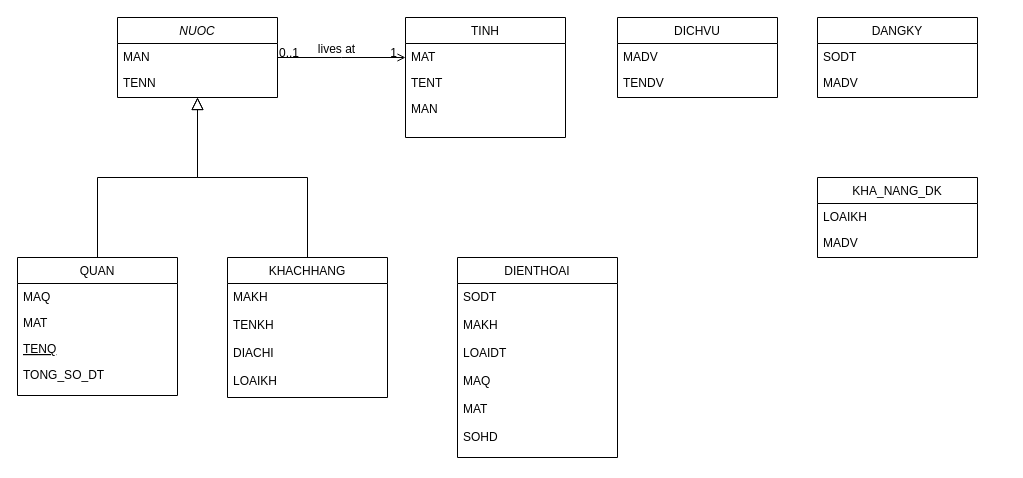
The draw.io diagram Biểu đồ không có tiêu đề.drawio in DucTri1611/reactjs_doan, before the edit. Source tidied: cells renumbered, new cells numbered last; positions are measured from the earlier drawing's top-left corner, leaving out a move shared by most shapes. Both pictures are drawn from the tidied source at 100%, with x=0, y=0 at pixel (17, 17).
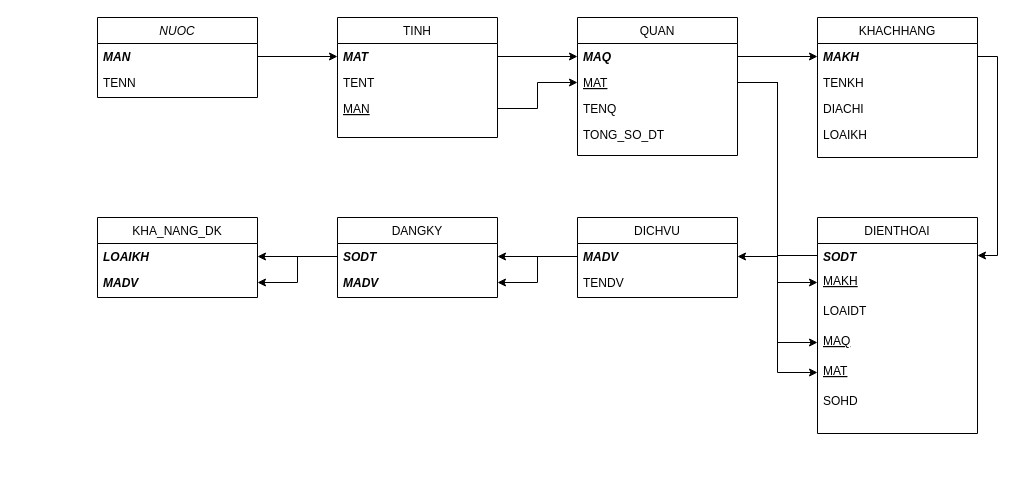
After the change.

Change to the diagram source:
```diff
@@
     <mxCell id="2" value="NUOC" style="swimlane;fontStyle=2;align=center;verticalAlign=top;horizontal=1;startSize=26;rounded=0;shadow=0;strokeWidth=1;" parent="1" vertex="1">
-      <mxGeometry x="100" width="160" height="80" as="geometry" />
+      <mxGeometry x="80" width="160" height="80" as="geometry" />
     </mxCell>
-    <mxCell id="3" value="MAN" style="text;align=left;verticalAlign=top;spacingLeft=4;spacingRight=4;overflow=hidden;points=[[0,0.5],[1,0.5]];portConstraint=eastwest;" parent="2" vertex="1">
+    <mxCell id="3" value="MAN" style="text;align=left;verticalAlign=top;spacingLeft=4;spacingRight=4;overflow=hidden;points=[[0,0.5],[1,0.5]];portConstraint=eastwest;rounded=0;noLabel=0;fontStyle=3;" parent="2" vertex="1">
       <mxGeometry y="26" width="160" height="26" as="geometry" />
     </mxCell>
@@
     <mxCell id="5" value="QUAN" style="swimlane;fontStyle=0;align=center;verticalAlign=top;horizontal=1;startSize=26;rounded=0;shadow=0;strokeWidth=1;" parent="1" vertex="1">
-      <mxGeometry y="240" width="160" height="138" as="geometry" />
+      <mxGeometry x="560" width="160" height="138" as="geometry" />
     </mxCell>
-    <mxCell id="6" value="MAQ" style="text;align=left;verticalAlign=top;spacingLeft=4;spacingRight=4;overflow=hidden;points=[[0,0.5],[1,0.5]];portConstraint=eastwest;" parent="5" vertex="1">
+    <mxCell id="6" value="MAQ" style="text;align=left;verticalAlign=top;spacingLeft=4;spacingRight=4;overflow=hidden;points=[[0,0.5],[1,0.5]];portConstraint=eastwest;fontStyle=3;" parent="5" vertex="1">
       <mxGeometry y="26" width="160" height="26" as="geometry" />
     </mxCell>
-    <mxCell id="7" value="MAT" style="text;align=left;verticalAlign=top;spacingLeft=4;spacingRight=4;overflow=hidden;points=[[0,0.5],[1,0.5]];portConstraint=eastwest;rounded=0;shadow=0;html=0;" parent="5" vertex="1">
+    <mxCell id="7" value="MAT" style="text;align=left;verticalAlign=top;spacingLeft=4;spacingRight=4;overflow=hidden;points=[[0,0.5],[1,0.5]];portConstraint=eastwest;rounded=0;shadow=0;html=0;fontStyle=4;" parent="5" vertex="1">
       <mxGeometry y="52" width="160" height="26" as="geometry" />
     </mxCell>
-    <mxCell id="8" value="TENQ" style="text;align=left;verticalAlign=top;spacingLeft=4;spacingRight=4;overflow=hidden;fontStyle=4;" parent="5" vertex="1">
+    <mxCell id="8" value="TENQ" style="text;align=left;verticalAlign=top;spacingLeft=4;spacingRight=4;overflow=hidden;fontStyle=0;" parent="5" vertex="1">
       <mxGeometry y="78" width="160" height="26" as="geometry" />
     </mxCell>
@@
-    <mxCell id="10" style="endArrow=block;endSize=10;endFill=0;shadow=0;strokeWidth=1;rounded=0;curved=0;edgeStyle=elbowEdgeStyle;elbow=vertical;" parent="1" edge="1" source="5" target="2">
-      <mxGeometry relative="1" as="geometry" />
-    </mxCell>
-    <mxCell id="11" value="KHACHHANG" style="swimlane;fontStyle=0;align=center;verticalAlign=top;horizontal=1;startSize=26;rounded=0;shadow=0;strokeWidth=1;" parent="1" vertex="1">
-      <mxGeometry x="210" y="240" width="160" height="140" as="geometry" />
-    </mxCell>
-    <mxCell id="12" value="MAKH&#10;&#10;TENKH&#10;&#10;DIACHI&#10;&#10;LOAIKH" style="text;align=left;verticalAlign=top;spacingLeft=4;spacingRight=4;overflow=hidden;" parent="11" vertex="1">
-      <mxGeometry y="26" width="160" height="114" as="geometry" />
-    </mxCell>
-    <mxCell id="13" style="endArrow=block;endSize=10;endFill=0;shadow=0;strokeWidth=1;rounded=0;curved=0;edgeStyle=elbowEdgeStyle;elbow=vertical;" parent="1" edge="1" source="11" target="2">
-      <mxGeometry relative="1" as="geometry" />
-    </mxCell>
     <mxCell id="14" value="TINH" style="swimlane;fontStyle=0;align=center;verticalAlign=top;horizontal=1;startSize=26;rounded=0;shadow=0;strokeWidth=1;" parent="1" vertex="1">
-      <mxGeometry x="388" width="160" height="120" as="geometry" />
+      <mxGeometry x="320" width="160" height="120" as="geometry" />
     </mxCell>
-    <mxCell id="15" value="MAT" style="text;align=left;verticalAlign=top;spacingLeft=4;spacingRight=4;overflow=hidden;points=[[0,0.5],[1,0.5]];portConstraint=eastwest;" parent="14" vertex="1">
+    <mxCell id="15" value="MAT" style="text;align=left;verticalAlign=top;spacingLeft=4;spacingRight=4;overflow=hidden;points=[[0,0.5],[1,0.5]];portConstraint=eastwest;fontStyle=3;" parent="14" vertex="1">
       <mxGeometry y="26" width="160" height="26" as="geometry" />
     </mxCell>
@@
-    <mxCell id="17" value="MAN" style="text;align=left;verticalAlign=top;spacingLeft=4;spacingRight=4;overflow=hidden;points=[[0,0.5],[1,0.5]];portConstraint=eastwest;rounded=0;shadow=0;html=0;" parent="14" vertex="1">
+    <mxCell id="17" value="MAN" style="text;align=left;verticalAlign=top;spacingLeft=4;spacingRight=4;overflow=hidden;points=[[0,0.5],[1,0.5]];portConstraint=eastwest;rounded=0;shadow=0;html=0;fontStyle=4;" parent="14" vertex="1">
       <mxGeometry y="78" width="160" height="26" as="geometry" />
     </mxCell>
-    <mxCell id="18" style="endArrow=open;shadow=0;strokeWidth=1;rounded=0;curved=0;endFill=1;edgeStyle=elbowEdgeStyle;elbow=vertical;" parent="1" edge="1" source="2" target="14">
-      <mxGeometry x="0.5" y="41" relative="1" as="geometry">
-        <mxPoint x="-40" y="32" as="offset" />
-      </mxGeometry>
-    </mxCell>
-    <mxCell id="19" value="0..1" style="align=left;verticalAlign=bottom;labelBackgroundColor=none;fontSize=12;" parent="18" vertex="1">
-      <mxGeometry x="-1" relative="1" as="geometry">
-        <mxPoint y="4" as="offset" />
-      </mxGeometry>
-    </mxCell>
-    <mxCell id="20" value="1" style="align=right;verticalAlign=bottom;labelBackgroundColor=none;fontSize=12;" parent="18" vertex="1">
-      <mxGeometry x="1" relative="1" as="geometry">
-        <mxPoint x="-7" y="4" as="offset" />
-      </mxGeometry>
-    </mxCell>
-    <mxCell id="21" value="lives at" style="text;html=1;align=center;verticalAlign=middle;labelBackgroundColor=none;rounded=0;shadow=0;strokeWidth=1;fontSize=12;" parent="18" vertex="1">
-      <mxGeometry x="0.5" y="49" relative="1" as="geometry">
-        <mxPoint x="-38" y="40" as="offset" />
-      </mxGeometry>
-    </mxCell>
     <mxCell id="22" value="DIENTHOAI" style="swimlane;fontStyle=0;align=center;verticalAlign=top;horizontal=1;startSize=26;rounded=0;shadow=0;strokeWidth=1;" parent="1" vertex="1">
-      <mxGeometry x="440" y="240" width="160" height="200" as="geometry" />
+      <mxGeometry x="800" y="200" width="160" height="216" as="geometry" />
     </mxCell>
-    <mxCell id="23" value="SODT&#10;&#10;MAKH&#10;&#10;LOAIDT&#10;&#10;MAQ&#10;&#10;MAT&#10;&#10;SOHD" style="text;align=left;verticalAlign=top;spacingLeft=4;spacingRight=4;overflow=hidden;points=[[0,0.5],[1,0.5]];portConstraint=eastwest;" parent="22" vertex="1">
-      <mxGeometry y="26" width="160" height="174" as="geometry" />
+    <mxCell id="23" value="SODT&#10;" style="text;align=left;verticalAlign=top;spacingLeft=4;spacingRight=4;overflow=hidden;points=[[0,0.5],[1,0.5]];portConstraint=eastwest;fontStyle=3;" parent="22" vertex="1">
+      <mxGeometry y="26" width="160" height="24" as="geometry" />
     </mxCell>
+    <mxCell id="33" value="MAKH" style="text;align=left;verticalAlign=top;spacingLeft=4;spacingRight=4;overflow=hidden;points=[[0,0.5],[1,0.5]];portConstraint=eastwest;fontStyle=4;" parent="22" vertex="1">
+      <mxGeometry y="50" width="160" height="30" as="geometry" />
+    </mxCell>
+    <mxCell id="34" value="LOAIDT" style="text;align=left;verticalAlign=top;spacingLeft=4;spacingRight=4;overflow=hidden;" parent="22" vertex="1">
+      <mxGeometry y="80" width="160" height="30" as="geometry" />
+    </mxCell>
+    <mxCell id="35" value="MAQ" style="text;align=left;verticalAlign=top;spacingLeft=4;spacingRight=4;overflow=hidden;points=[[0,0.5],[1,0.5]];portConstraint=eastwest;fontStyle=4;" parent="22" vertex="1">
+      <mxGeometry y="110" width="160" height="30" as="geometry" />
+    </mxCell>
+    <mxCell id="36" value="MAT" style="text;align=left;verticalAlign=top;spacingLeft=4;spacingRight=4;overflow=hidden;points=[[0,0.5],[1,0.5]];portConstraint=eastwest;fontStyle=4;" parent="22" vertex="1">
+      <mxGeometry y="140" width="160" height="30" as="geometry" />
+    </mxCell>
+    <mxCell id="37" value="SOHD" style="text;align=left;verticalAlign=top;spacingLeft=4;spacingRight=4;overflow=hidden;whiteSpace=wrap;" parent="22" vertex="1">
+      <mxGeometry y="170" width="160" height="38" as="geometry" />
+    </mxCell>
     <mxCell id="24" value="DICHVU" style="swimlane;fontStyle=0;align=center;verticalAlign=top;horizontal=1;startSize=26;rounded=0;shadow=0;strokeWidth=1;" parent="1" vertex="1">
-      <mxGeometry x="600" width="160" height="80" as="geometry" />
+      <mxGeometry x="560" y="200" width="160" height="80" as="geometry" />
     </mxCell>
-    <mxCell id="25" value="MADV" style="text;align=left;verticalAlign=top;spacingLeft=4;spacingRight=4;overflow=hidden;points=[[0,0.5],[1,0.5]];portConstraint=eastwest;" parent="24" vertex="1">
+    <mxCell id="25" value="MADV" style="text;align=left;verticalAlign=top;spacingLeft=4;spacingRight=4;overflow=hidden;points=[[0,0.5],[1,0.5]];portConstraint=eastwest;fontStyle=3;" parent="24" vertex="1">
       <mxGeometry y="26" width="160" height="26" as="geometry" />
     </mxCell>
@@
     <mxCell id="27" value="DANGKY" style="swimlane;fontStyle=0;align=center;verticalAlign=top;horizontal=1;startSize=26;rounded=0;shadow=0;strokeWidth=1;" parent="1" vertex="1">
-      <mxGeometry x="800" width="160" height="80" as="geometry" />
+      <mxGeometry x="320" y="200" width="160" height="80" as="geometry" />
     </mxCell>
-    <mxCell id="28" value="SODT" style="text;align=left;verticalAlign=top;spacingLeft=4;spacingRight=4;overflow=hidden;points=[[0,0.5],[1,0.5]];portConstraint=eastwest;" parent="27" vertex="1">
+    <mxCell id="28" value="SODT" style="text;align=left;verticalAlign=top;spacingLeft=4;spacingRight=4;overflow=hidden;points=[[0,0.5],[1,0.5]];portConstraint=eastwest;fontStyle=3;" parent="27" vertex="1">
       <mxGeometry y="26" width="160" height="26" as="geometry" />
     </mxCell>
-    <mxCell id="29" value="MADV" style="text;align=left;verticalAlign=top;spacingLeft=4;spacingRight=4;overflow=hidden;points=[[0,0.5],[1,0.5]];portConstraint=eastwest;rounded=0;shadow=0;html=0;" parent="27" vertex="1">
+    <mxCell id="29" value="MADV" style="text;align=left;verticalAlign=top;spacingLeft=4;spacingRight=4;overflow=hidden;points=[[0,0.5],[1,0.5]];portConstraint=eastwest;rounded=0;shadow=0;html=0;fontStyle=3;" parent="27" vertex="1">
       <mxGeometry y="52" width="160" height="26" as="geometry" />
     </mxCell>
     <mxCell id="30" value="KHA_NANG_DK" style="swimlane;fontStyle=0;align=center;verticalAlign=top;horizontal=1;startSize=26;rounded=0;shadow=0;strokeWidth=1;" parent="1" vertex="1">
-      <mxGeometry x="800" y="160" width="160" height="80" as="geometry" />
+      <mxGeometry x="80" y="200" width="160" height="80" as="geometry" />
     </mxCell>
-    <mxCell id="31" value="LOAIKH" style="text;align=left;verticalAlign=top;spacingLeft=4;spacingRight=4;overflow=hidden;points=[[0,0.5],[1,0.5]];portConstraint=eastwest;" parent="30" vertex="1">
+    <mxCell id="31" value="LOAIKH" style="text;align=left;verticalAlign=top;spacingLeft=4;spacingRight=4;overflow=hidden;points=[[0,0.5],[1,0.5]];portConstraint=eastwest;fontStyle=3;" parent="30" vertex="1">
       <mxGeometry y="26" width="160" height="26" as="geometry" />
     </mxCell>
-    <mxCell id="32" value="MADV" style="text;align=left;verticalAlign=top;spacingLeft=4;spacingRight=4;overflow=hidden;points=[[0,0.5],[1,0.5]];portConstraint=eastwest;rounded=0;shadow=0;html=0;" parent="30" vertex="1">
+    <mxCell id="32" value="MADV" style="text;align=left;verticalAlign=top;spacingLeft=4;spacingRight=4;overflow=hidden;points=[[0,0.5],[1,0.5]];portConstraint=eastwest;rounded=0;shadow=0;html=0;fontStyle=3;" parent="30" vertex="1">
       <mxGeometry y="52" width="160" height="26" as="geometry" />
     </mxCell>
+    <mxCell id="11" value="KHACHHANG" style="swimlane;fontStyle=0;align=center;verticalAlign=top;horizontal=1;startSize=26;rounded=0;shadow=0;strokeWidth=1;" parent="1" vertex="1">
+      <mxGeometry x="800" width="160" height="140" as="geometry" />
+    </mxCell>
+    <mxCell id="38" value="MAKH" style="text;align=left;verticalAlign=top;spacingLeft=4;spacingRight=4;overflow=hidden;points=[[0,0.5],[1,0.5]];portConstraint=eastwest;fontStyle=3;" parent="11" vertex="1">
+      <mxGeometry y="26" width="160" height="26" as="geometry" />
+    </mxCell>
+    <mxCell id="39" value="TENKH" style="text;align=left;verticalAlign=top;spacingLeft=4;spacingRight=4;overflow=hidden;rounded=0;shadow=0;html=0;" parent="11" vertex="1">
+      <mxGeometry y="52" width="160" height="26" as="geometry" />
+    </mxCell>
+    <mxCell id="40" value="DIACHI" style="text;align=left;verticalAlign=top;spacingLeft=4;spacingRight=4;overflow=hidden;rounded=0;shadow=0;html=0;fontStyle=0;" parent="11" vertex="1">
+      <mxGeometry y="78" width="160" height="26" as="geometry" />
+    </mxCell>
+    <mxCell id="41" value="LOAIKH" style="text;align=left;verticalAlign=top;spacingLeft=4;spacingRight=4;overflow=hidden;rounded=0;shadow=0;html=0;fontStyle=0;" parent="11" vertex="1">
+      <mxGeometry y="104" width="160" height="26" as="geometry" />
+    </mxCell>
+    <mxCell id="42" style="edgeStyle=orthogonalEdgeStyle;rounded=0;jettySize=auto;html=1;exitX=1;exitY=0.5;exitDx=0;exitDy=0;entryX=0;entryY=0.5;entryDx=0;entryDy=0;" parent="1" edge="1" source="3" target="15">
+      <mxGeometry relative="1" as="geometry" />
+    </mxCell>
+    <mxCell id="43" style="edgeStyle=orthogonalEdgeStyle;rounded=0;jettySize=auto;html=1;exitX=1;exitY=0.5;exitDx=0;exitDy=0;entryX=0;entryY=0.5;entryDx=0;entryDy=0;" parent="1" edge="1" source="15" target="6">
+      <mxGeometry relative="1" as="geometry" />
+    </mxCell>
+    <mxCell id="44" style="edgeStyle=orthogonalEdgeStyle;rounded=0;jettySize=auto;html=1;exitX=1;exitY=0.5;exitDx=0;exitDy=0;entryX=0;entryY=0.5;entryDx=0;entryDy=0;" parent="1" edge="1" source="6" target="38">
+      <mxGeometry relative="1" as="geometry" />
+    </mxCell>
+    <mxCell id="45" style="edgeStyle=orthogonalEdgeStyle;rounded=0;jettySize=auto;html=1;exitX=1;exitY=0.5;exitDx=0;exitDy=0;entryX=1;entryY=0.5;entryDx=0;entryDy=0;" parent="1" edge="1" source="38" target="23">
+      <mxGeometry relative="1" as="geometry" />
+    </mxCell>
+    <mxCell id="46" style="edgeStyle=orthogonalEdgeStyle;rounded=0;jettySize=auto;html=1;exitX=0;exitY=0.5;exitDx=0;exitDy=0;entryX=1;entryY=0.5;entryDx=0;entryDy=0;" parent="1" edge="1" source="23" target="25">
+      <mxGeometry relative="1" as="geometry" />
+    </mxCell>
+    <mxCell id="47" style="edgeStyle=orthogonalEdgeStyle;rounded=0;jettySize=auto;html=1;exitX=0;exitY=0.5;exitDx=0;exitDy=0;entryX=1;entryY=0.5;entryDx=0;entryDy=0;" parent="1" edge="1" source="25" target="28">
+      <mxGeometry relative="1" as="geometry" />
+    </mxCell>
+    <mxCell id="48" style="edgeStyle=orthogonalEdgeStyle;rounded=0;jettySize=auto;html=1;exitX=0;exitY=0.5;exitDx=0;exitDy=0;entryX=1;entryY=0.5;entryDx=0;entryDy=0;" parent="1" edge="1" source="28" target="31">
+      <mxGeometry relative="1" as="geometry" />
+    </mxCell>
+    <mxCell id="49" style="edgeStyle=orthogonalEdgeStyle;rounded=0;jettySize=auto;html=1;exitX=0;exitY=0.5;exitDx=0;exitDy=0;entryX=1;entryY=0.5;entryDx=0;entryDy=0;" parent="1" edge="1" source="25" target="29">
+      <mxGeometry relative="1" as="geometry" />
+    </mxCell>
+    <mxCell id="50" style="edgeStyle=orthogonalEdgeStyle;rounded=0;jettySize=auto;html=1;exitX=0;exitY=0.5;exitDx=0;exitDy=0;entryX=1;entryY=0.5;entryDx=0;entryDy=0;" parent="1" edge="1" source="28" target="32">
+      <mxGeometry relative="1" as="geometry" />
+    </mxCell>
+    <mxCell id="51" style="edgeStyle=orthogonalEdgeStyle;rounded=0;jettySize=auto;html=1;exitX=1;exitY=0.5;exitDx=0;exitDy=0;entryX=0;entryY=0.5;entryDx=0;entryDy=0;" parent="1" edge="1" source="17" target="7">
+      <mxGeometry relative="1" as="geometry" />
+    </mxCell>
+    <mxCell id="52" style="edgeStyle=orthogonalEdgeStyle;rounded=0;jettySize=auto;html=1;exitX=1;exitY=0.5;exitDx=0;exitDy=0;entryX=0;entryY=0.5;entryDx=0;entryDy=0;" parent="1" edge="1" source="7" target="33">
+      <mxGeometry relative="1" as="geometry" />
+    </mxCell>
+    <mxCell id="53" style="edgeStyle=orthogonalEdgeStyle;rounded=0;jettySize=auto;html=1;exitX=1;exitY=0.5;exitDx=0;exitDy=0;entryX=0;entryY=0.5;entryDx=0;entryDy=0;" parent="1" edge="1" source="7" target="35">
+      <mxGeometry relative="1" as="geometry" />
+    </mxCell>
+    <mxCell id="54" style="edgeStyle=orthogonalEdgeStyle;rounded=0;jettySize=auto;html=1;entryX=0;entryY=0.5;entryDx=0;entryDy=0;" parent="1" edge="1" source="7" target="36">
+      <mxGeometry relative="1" as="geometry" />
+    </mxCell>
```
